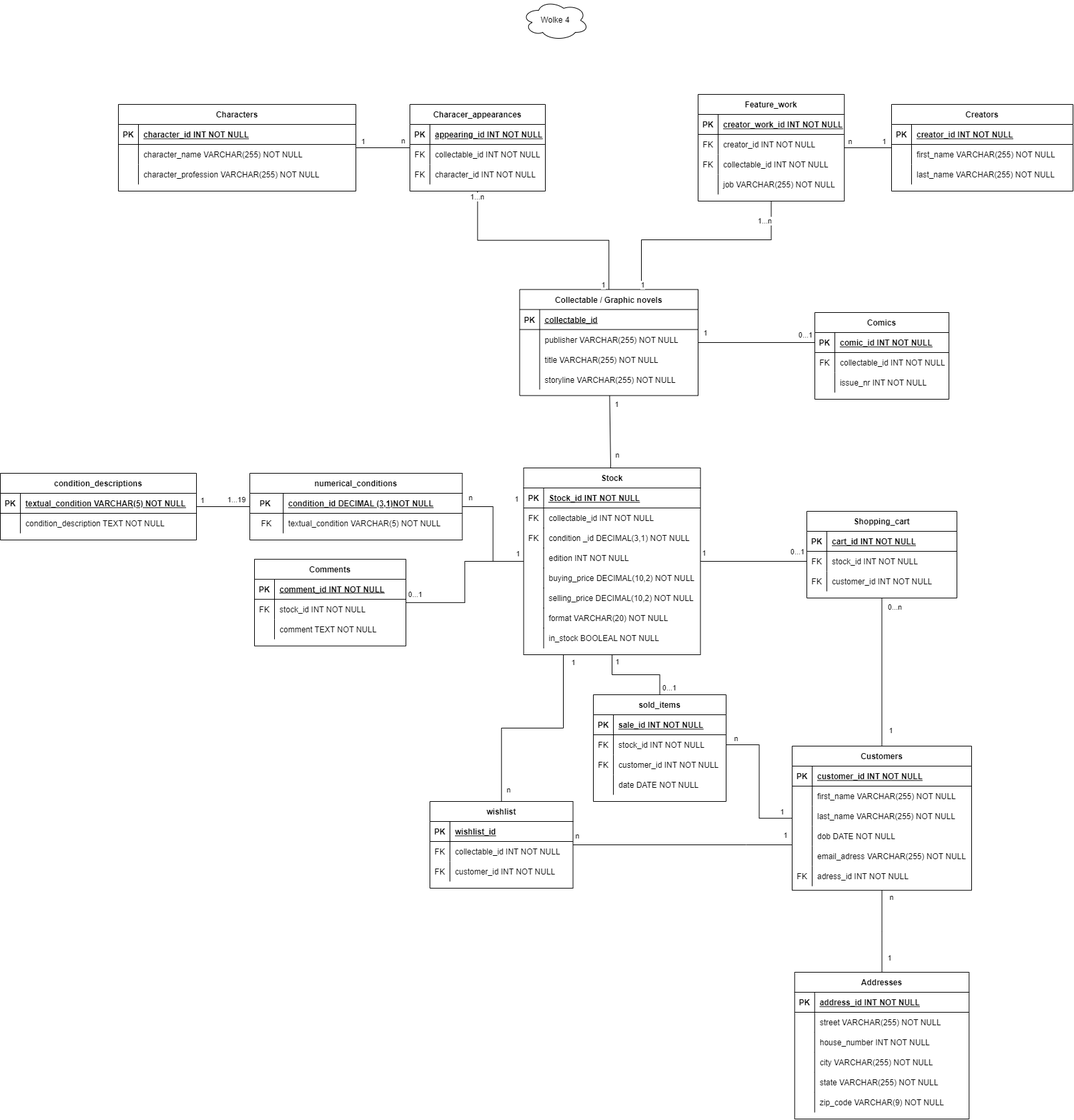
Before: ERMdrawio.drawio.png, a diagram exported from draw.io (FlorainK/SQL-endterm). Source tidied: cells renumbered, new cells last; positions are measured from the earlier drawing's top-left corner, leaving out a move shared by most shapes.
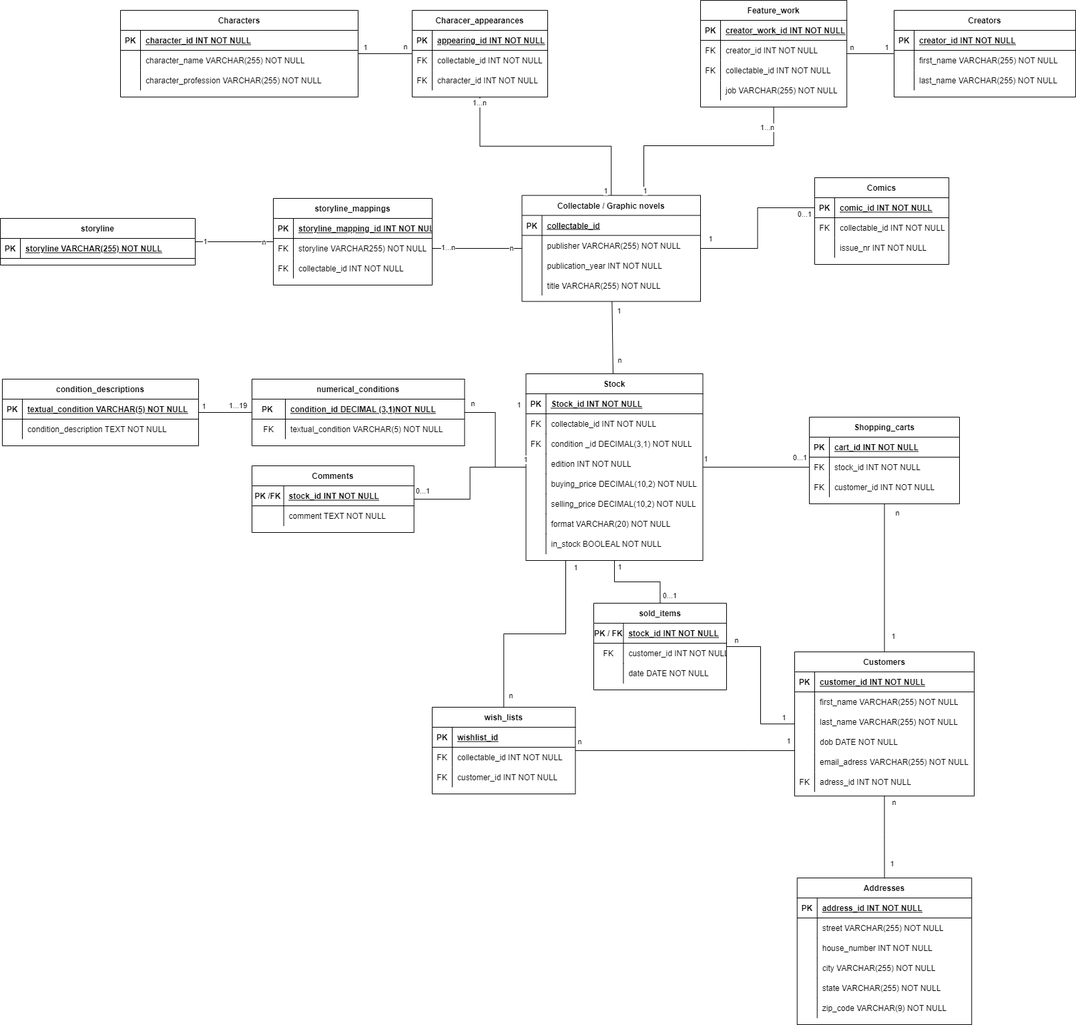
The same file after the commit.

Change to the diagram source:
```diff
@@ -2,9 +2,6 @@
   <root>
     <mxCell id="0" />
     <mxCell id="1" parent="0" />
-    <mxCell id="2" value="Wolke 4" style="ellipse;shape=cloud;whiteSpace=wrap;html=1;align=center;shadow=0;rounded=0;" parent="1" vertex="1">
-      <mxGeometry x="782" width="100" height="60" as="geometry" />
-    </mxCell>
     <mxCell id="3" style="edgeStyle=none;rounded=0;jettySize=auto;html=1;shadow=0;endArrow=none;endFill=0;" parent="1" edge="1" source="8" target="21">
       <mxGeometry relative="1" as="geometry" />
     </mxCell>
@@ -47,8 +44,17 @@
     <mxCell id="14" value="publisher VARCHAR(255) NOT NULL" style="shape=partialRectangle;fillColor=none;top=0;left=0;bottom=0;right=0;align=left;spacingLeft=6;overflow=hidden;shadow=0;rounded=0;" parent="12" vertex="1">
       <mxGeometry x="30" width="237.5" height="30" as="geometry" />
     </mxCell>
+    <mxCell id="232" style="shape=tableRow;horizontal=0;startSize=0;swimlaneHead=0;swimlaneBody=0;fillColor=none;top=0;left=0;right=0;bottom=0;shadow=0;rounded=0;" parent="8" vertex="1">
+      <mxGeometry y="90" width="267.5" height="30" as="geometry" />
+    </mxCell>
+    <mxCell id="19" style="shape=partialRectangle;fillColor=none;top=0;left=0;bottom=0;right=0;overflow=hidden;shadow=0;rounded=0;" parent="232" vertex="1">
+      <mxGeometry width="30" height="30" as="geometry" />
+    </mxCell>
+    <mxCell id="233" value="publication_year INT NOT NULL" style="shape=partialRectangle;fillColor=none;top=0;left=0;bottom=0;right=0;align=left;spacingLeft=6;overflow=hidden;shadow=0;rounded=0;" parent="232" vertex="1">
+      <mxGeometry x="30" width="237.5" height="30" as="geometry" />
+    </mxCell>
     <mxCell id="15" style="shape=tableRow;horizontal=0;startSize=0;swimlaneHead=0;swimlaneBody=0;fillColor=none;top=0;left=0;right=0;bottom=0;shadow=0;rounded=0;" parent="8" vertex="1">
-      <mxGeometry y="90" width="267.5" height="30" as="geometry" />
+      <mxGeometry y="120" width="267.5" height="30" as="geometry" />
     </mxCell>
     <mxCell id="16" style="shape=partialRectangle;fillColor=none;top=0;left=0;bottom=0;right=0;overflow=hidden;shadow=0;rounded=0;" parent="15" vertex="1">
       <mxGeometry width="30" height="30" as="geometry" />
@@ -56,15 +62,6 @@
     <mxCell id="17" value="title VARCHAR(255) NOT NULL" style="shape=partialRectangle;fillColor=none;top=0;left=0;bottom=0;right=0;align=left;spacingLeft=6;overflow=hidden;shadow=0;rounded=0;" parent="15" vertex="1">
       <mxGeometry x="30" width="237.5" height="30" as="geometry" />
     </mxCell>
-    <mxCell id="18" style="shape=tableRow;horizontal=0;startSize=0;swimlaneHead=0;swimlaneBody=0;fillColor=none;top=0;left=0;right=0;bottom=0;shadow=0;rounded=0;" parent="8" vertex="1">
-      <mxGeometry y="120" width="267.5" height="30" as="geometry" />
-    </mxCell>
-    <mxCell id="19" style="shape=partialRectangle;fillColor=none;top=0;left=0;bottom=0;right=0;overflow=hidden;shadow=0;rounded=0;" parent="18" vertex="1">
-      <mxGeometry width="30" height="30" as="geometry" />
-    </mxCell>
-    <mxCell id="20" value="storyline VARCHAR(255) NOT NULL" style="shape=partialRectangle;fillColor=none;top=0;left=0;bottom=0;right=0;align=left;spacingLeft=6;overflow=hidden;shadow=0;rounded=0;" parent="18" vertex="1">
-      <mxGeometry x="30" width="237.5" height="30" as="geometry" />
-    </mxCell>
     <mxCell id="21" value="Stock" style="shape=table;startSize=30;rowLines=0;fontStyle=1;align=center;shadow=0;rounded=0;" parent="1" vertex="1">
       <mxGeometry x="784.5" y="701" width="265" height="280" as="geometry" />
     </mxCell>
@@ -178,7 +175,7 @@
       <mxGeometry x="50" width="268.5" height="30" as="geometry" />
     </mxCell>
     <mxCell id="57" value="Comics" style="shape=table;startSize=30;rowLines=0;fontStyle=1;align=center;shadow=0;rounded=0;" parent="1" vertex="1">
-      <mxGeometry x="1221" y="468" width="201.1" height="130" as="geometry" />
+      <mxGeometry x="1217" y="407" width="201.1" height="130" as="geometry" />
     </mxCell>
     <mxCell id="58" style="shape=tableRow;horizontal=0;startSize=0;swimlaneHead=0;swimlaneBody=0;fillColor=none;points=[[0,0.5],[1,0.5]];portConstraint=eastwest;top=0;left=0;right=0;bottom=1;shadow=0;rounded=0;" parent="57" vertex="1">
       <mxGeometry y="30" width="201.1" height="30" as="geometry" />
@@ -386,12 +383,12 @@
     <mxCell id="120" value="1" style="edgeStyle=orthogonalEdgeStyle;rounded=0;jettySize=auto;html=1;shadow=0;endArrow=none;endFill=0;" parent="1" edge="1" source="122" target="134">
       <mxGeometry x="0.79" y="13" relative="1" as="geometry" />
     </mxCell>
-    <mxCell id="121" value="0...n" style="edgeLabel;html=1;align=center;verticalAlign=middle;shadow=0;" parent="120" vertex="1">
+    <mxCell id="121" value="n" style="edgeLabel;html=1;align=center;verticalAlign=middle;shadow=0;" parent="120" vertex="1">
       <mxGeometry x="-0.77" y="-3" relative="1" as="geometry">
         <mxPoint x="22" y="-12" as="offset" />
       </mxGeometry>
     </mxCell>
-    <mxCell id="122" value="Shopping_cart" style="shape=table;startSize=30;rowLines=0;fontStyle=1;align=center;shadow=0;" parent="1" vertex="1">
+    <mxCell id="122" value="Shopping_carts" style="shape=table;startSize=30;rowLines=0;fontStyle=1;align=center;shadow=0;" parent="1" vertex="1">
       <mxGeometry x="1209" y="766" width="225" height="130" as="geometry" />
     </mxCell>
     <mxCell id="123" style="shape=tableRow;horizontal=0;startSize=0;swimlaneHead=0;swimlaneBody=0;fillColor=none;top=0;left=0;right=0;bottom=1;shadow=0;" parent="122" vertex="1">
@@ -513,45 +510,36 @@
       </mxGeometry>
     </mxCell>
     <mxCell id="159" value="sold_items" style="shape=table;startSize=30;rowLines=0;fontStyle=1;align=center;shadow=0;" parent="1" vertex="1">
-      <mxGeometry x="889" y="1041" width="199" height="160" as="geometry" />
+      <mxGeometry x="886" y="1045" width="199" height="130" as="geometry" />
     </mxCell>
     <mxCell id="160" style="shape=tableRow;horizontal=0;startSize=0;swimlaneHead=0;swimlaneBody=0;fillColor=none;top=0;left=0;right=0;bottom=1;shadow=0;" parent="159" vertex="1">
       <mxGeometry y="30" width="199" height="30" as="geometry" />
     </mxCell>
-    <mxCell id="161" value="PK" style="shape=partialRectangle;fillColor=none;top=0;left=0;bottom=0;right=0;fontStyle=1;overflow=hidden;shadow=0;" parent="160" vertex="1">
-      <mxGeometry width="30" height="30" as="geometry" />
+    <mxCell id="161" value="PK / FK" style="shape=partialRectangle;fillColor=none;top=0;left=0;bottom=0;right=0;fontStyle=1;overflow=hidden;shadow=0;" parent="160" vertex="1">
+      <mxGeometry width="44.5" height="30" as="geometry" />
     </mxCell>
-    <mxCell id="162" value="sale_id INT NOT NULL" style="shape=partialRectangle;fillColor=none;top=0;left=0;bottom=0;right=0;align=left;spacingLeft=6;fontStyle=5;overflow=hidden;shadow=0;" parent="160" vertex="1">
-      <mxGeometry x="30" width="169" height="30" as="geometry" />
+    <mxCell id="162" value="stock_id INT NOT NULL" style="shape=partialRectangle;fillColor=none;top=0;left=0;bottom=0;right=0;align=left;spacingLeft=6;fontStyle=5;overflow=hidden;shadow=0;" parent="160" vertex="1">
+      <mxGeometry x="44.5" width="154.5" height="30" as="geometry" />
     </mxCell>
-    <mxCell id="163" style="shape=tableRow;horizontal=0;startSize=0;swimlaneHead=0;swimlaneBody=0;fillColor=none;points=[[0,0.5],[1,0.5]];portConstraint=eastwest;top=0;left=0;right=0;bottom=0;shadow=0;" parent="159" vertex="1">
-      <mxGeometry y="60" width="199" height="30" as="geometry" />
-    </mxCell>
-    <mxCell id="164" value="FK" style="shape=partialRectangle;fillColor=none;top=0;left=0;bottom=0;right=0;overflow=hidden;shadow=0;" parent="163" vertex="1">
-      <mxGeometry width="30" height="30" as="geometry" />
-    </mxCell>
-    <mxCell id="165" value="stock_id INT NOT NULL" style="shape=partialRectangle;fillColor=none;top=0;left=0;bottom=0;right=0;align=left;spacingLeft=6;overflow=hidden;shadow=0;" parent="163" vertex="1">
-      <mxGeometry x="30" width="169" height="30" as="geometry" />
-    </mxCell>
     <mxCell id="166" style="shape=tableRow;horizontal=0;startSize=0;swimlaneHead=0;swimlaneBody=0;fillColor=none;top=0;left=0;right=0;bottom=0;shadow=0;" parent="159" vertex="1">
-      <mxGeometry y="90" width="199" height="30" as="geometry" />
+      <mxGeometry y="60" width="199" height="30" as="geometry" />
     </mxCell>
     <mxCell id="167" value="FK" style="shape=partialRectangle;fillColor=none;top=0;left=0;bottom=0;right=0;overflow=hidden;shadow=0;" parent="166" vertex="1">
-      <mxGeometry width="30" height="30" as="geometry" />
+      <mxGeometry width="44.5" height="30" as="geometry" />
     </mxCell>
     <mxCell id="168" value="customer_id INT NOT NULL" style="shape=partialRectangle;fillColor=none;top=0;left=0;bottom=0;right=0;align=left;spacingLeft=6;overflow=hidden;shadow=0;" parent="166" vertex="1">
-      <mxGeometry x="30" width="169" height="30" as="geometry" />
+      <mxGeometry x="44.5" width="154.5" height="30" as="geometry" />
     </mxCell>
     <mxCell id="169" style="shape=tableRow;horizontal=0;startSize=0;swimlaneHead=0;swimlaneBody=0;fillColor=none;top=0;left=0;right=0;bottom=0;shadow=0;" parent="159" vertex="1">
-      <mxGeometry y="120" width="199" height="30" as="geometry" />
+      <mxGeometry y="90" width="199" height="30" as="geometry" />
     </mxCell>
     <mxCell id="170" style="shape=partialRectangle;fillColor=none;top=0;left=0;bottom=0;right=0;overflow=hidden;shadow=0;" parent="169" vertex="1">
-      <mxGeometry width="30" height="30" as="geometry" />
+      <mxGeometry width="44.5" height="30" as="geometry" />
     </mxCell>
     <mxCell id="171" value="date DATE NOT NULL" style="shape=partialRectangle;fillColor=none;top=0;left=0;bottom=0;right=0;align=left;spacingLeft=6;overflow=hidden;shadow=0;" parent="169" vertex="1">
-      <mxGeometry x="30" width="169" height="30" as="geometry" />
+      <mxGeometry x="44.5" width="154.5" height="30" as="geometry" />
     </mxCell>
-    <mxCell id="172" style="edgeStyle=orthogonalEdgeStyle;rounded=0;jettySize=auto;html=1;shadow=0;endArrow=none;endFill=0;" parent="1" edge="1" source="163" target="134">
+    <mxCell id="172" style="edgeStyle=orthogonalEdgeStyle;rounded=0;jettySize=auto;html=1;shadow=0;endArrow=none;endFill=0;" parent="1" edge="1" source="159" target="134">
       <mxGeometry relative="1" as="geometry" />
     </mxCell>
     <mxCell id="173" value="n" style="edgeLabel;html=1;align=center;verticalAlign=middle;shadow=0;" parent="172" vertex="1">
@@ -622,7 +610,7 @@
       <mxGeometry x="30" width="231.5" height="30" as="geometry" />
     </mxCell>
     <mxCell id="194" value="0...1" style="edgeLabel;html=1;align=center;verticalAlign=middle;" parent="1" vertex="1">
-      <mxGeometry x="1066" y="512.5" as="geometry">
+      <mxGeometry x="1061" y="472" as="geometry">
         <mxPoint x="140" y="-11" as="offset" />
       </mxGeometry>
     </mxCell>
@@ -688,7 +676,7 @@
         <mxPoint x="18" y="-3" as="offset" />
       </mxGeometry>
     </mxCell>
-    <mxCell id="209" value="wishlist" style="shape=table;startSize=30;rowLines=0;fontStyle=1;align=center;" parent="1" vertex="1">
+    <mxCell id="209" value="wish_lists" style="shape=table;startSize=30;rowLines=0;fontStyle=1;align=center;" parent="1" vertex="1">
       <mxGeometry x="644" y="1201" width="214.5" height="130" as="geometry" />
     </mxCell>
     <mxCell id="210" style="shape=tableRow;horizontal=0;startSize=0;swimlaneHead=0;swimlaneBody=0;fillColor=none;top=0;left=0;right=0;bottom=1;" parent="209" vertex="1">
@@ -732,34 +720,85 @@
       </mxGeometry>
     </mxCell>
     <mxCell id="222" value="Comments" style="shape=table;startSize=30;rowLines=0;fontStyle=1;align=center;" parent="1" vertex="1">
-      <mxGeometry x="381" y="837.9" width="227" height="130" as="geometry" />
+      <mxGeometry x="374" y="839" width="242.7" height="100" as="geometry" />
     </mxCell>
     <mxCell id="223" style="shape=tableRow;horizontal=0;startSize=0;swimlaneHead=0;swimlaneBody=0;fillColor=none;top=0;left=0;right=0;bottom=1;" parent="222" vertex="1">
-      <mxGeometry y="30" width="227" height="30" as="geometry" />
+      <mxGeometry y="30" width="242.7" height="30" as="geometry" />
     </mxCell>
-    <mxCell id="224" value="PK" style="shape=partialRectangle;fillColor=none;top=0;left=0;bottom=0;right=0;fontStyle=1;overflow=hidden;" parent="223" vertex="1">
-      <mxGeometry width="30" height="30" as="geometry" />
+    <mxCell id="224" value="PK /FK" style="shape=partialRectangle;fillColor=none;top=0;left=0;bottom=0;right=0;fontStyle=1;overflow=hidden;" parent="223" vertex="1">
+      <mxGeometry width="47.6" height="30" as="geometry" />
     </mxCell>
-    <mxCell id="225" value="comment_id INT NOT NULL" style="shape=partialRectangle;fillColor=none;top=0;left=0;bottom=0;right=0;align=left;spacingLeft=6;fontStyle=5;overflow=hidden;" parent="223" vertex="1">
-      <mxGeometry x="30" width="197" height="30" as="geometry" />
+    <mxCell id="225" value="stock_id INT NOT NULL" style="shape=partialRectangle;fillColor=none;top=0;left=0;bottom=0;right=0;align=left;spacingLeft=6;fontStyle=5;overflow=hidden;" parent="223" vertex="1">
+      <mxGeometry x="47.6" width="195.1" height="30" as="geometry" />
     </mxCell>
-    <mxCell id="226" style="shape=tableRow;horizontal=0;startSize=0;swimlaneHead=0;swimlaneBody=0;fillColor=none;top=0;left=0;right=0;bottom=0;" parent="222" vertex="1">
-      <mxGeometry y="60" width="227" height="30" as="geometry" />
-    </mxCell>
-    <mxCell id="227" value="FK" style="shape=partialRectangle;fillColor=none;top=0;left=0;bottom=0;right=0;overflow=hidden;" parent="226" vertex="1">
-      <mxGeometry width="30" height="30" as="geometry" />
-    </mxCell>
-    <mxCell id="228" value="stock_id INT NOT NULL" style="shape=partialRectangle;fillColor=none;top=0;left=0;bottom=0;right=0;align=left;spacingLeft=6;overflow=hidden;" parent="226" vertex="1">
-      <mxGeometry x="30" width="197" height="30" as="geometry" />
-    </mxCell>
     <mxCell id="229" style="shape=tableRow;horizontal=0;startSize=0;swimlaneHead=0;swimlaneBody=0;fillColor=none;top=0;left=0;right=0;bottom=0;" parent="222" vertex="1">
-      <mxGeometry y="90" width="227" height="30" as="geometry" />
+      <mxGeometry y="60" width="242.7" height="30" as="geometry" />
     </mxCell>
     <mxCell id="230" style="shape=partialRectangle;fillColor=none;top=0;left=0;bottom=0;right=0;overflow=hidden;" parent="229" vertex="1">
-      <mxGeometry width="30" height="30" as="geometry" />
+      <mxGeometry width="47.6" height="30" as="geometry" />
     </mxCell>
     <mxCell id="231" value="comment TEXT NOT NULL" style="shape=partialRectangle;fillColor=none;top=0;left=0;bottom=0;right=0;align=left;spacingLeft=6;overflow=hidden;" parent="229" vertex="1">
-      <mxGeometry x="30" width="197" height="30" as="geometry" />
+      <mxGeometry x="47.6" width="195.1" height="30" as="geometry" />
     </mxCell>
+    <mxCell id="234" style="edgeStyle=orthogonalEdgeStyle;rounded=0;jettySize=auto;html=1;endArrow=none;endFill=0;" parent="1" edge="1" source="237" target="240">
+      <mxGeometry relative="1" as="geometry" />
+    </mxCell>
+    <mxCell id="235" value="1" style="edgeLabel;html=1;align=center;verticalAlign=middle;" parent="234" vertex="1">
+      <mxGeometry x="-0.76" y="1" relative="1" as="geometry" />
+    </mxCell>
+    <mxCell id="236" value="n" style="edgeLabel;html=1;align=center;verticalAlign=middle;" parent="234" vertex="1">
+      <mxGeometry x="0.74" relative="1" as="geometry" />
+    </mxCell>
+    <mxCell id="237" value="storyline" style="shape=table;startSize=30;rowLines=0;fontStyle=1;align=center;" parent="1" vertex="1">
+      <mxGeometry x="-3" y="468" width="292" height="70" as="geometry" />
+    </mxCell>
+    <mxCell id="238" style="shape=tableRow;horizontal=0;startSize=0;swimlaneHead=0;swimlaneBody=0;fillColor=none;top=0;left=0;right=0;bottom=1;" parent="237" vertex="1">
+      <mxGeometry y="30" width="292" height="30" as="geometry" />
+    </mxCell>
+    <mxCell id="239" value="PK" style="shape=partialRectangle;fillColor=none;top=0;left=0;bottom=0;right=0;fontStyle=1;overflow=hidden;" parent="238" vertex="1">
+      <mxGeometry width="30" height="30" as="geometry" />
+    </mxCell>
+    <mxCell id="20" value="storyline VARCHAR(255) NOT NULL" style="shape=partialRectangle;fillColor=none;top=0;left=0;bottom=0;right=0;align=left;spacingLeft=6;fontStyle=5;overflow=hidden;" parent="238" vertex="1">
+      <mxGeometry x="30" width="262" height="30" as="geometry" />
+    </mxCell>
+    <mxCell id="240" value="storyline_mappings" style="shape=table;startSize=30;rowLines=0;fontStyle=1;align=center;" parent="1" vertex="1">
+      <mxGeometry x="406" y="438" width="238" height="130" as="geometry" />
+    </mxCell>
+    <mxCell id="241" style="shape=tableRow;horizontal=0;startSize=0;swimlaneHead=0;swimlaneBody=0;fillColor=none;top=0;left=0;right=0;bottom=1;" parent="240" vertex="1">
+      <mxGeometry y="30" width="238" height="30" as="geometry" />
+    </mxCell>
+    <mxCell id="242" value="PK" style="shape=partialRectangle;fillColor=none;top=0;left=0;bottom=0;right=0;fontStyle=1;overflow=hidden;" parent="241" vertex="1">
+      <mxGeometry width="30" height="30" as="geometry" />
+    </mxCell>
+    <mxCell id="243" value="storyline_mapping_id INT NOT NULL" style="shape=partialRectangle;fillColor=none;top=0;left=0;bottom=0;right=0;align=left;spacingLeft=6;fontStyle=5;overflow=hidden;" parent="241" vertex="1">
+      <mxGeometry x="30" width="208" height="30" as="geometry" />
+    </mxCell>
+    <mxCell id="244" style="shape=tableRow;horizontal=0;startSize=0;swimlaneHead=0;swimlaneBody=0;fillColor=none;points=[[0,0.5],[1,0.5]];portConstraint=eastwest;top=0;left=0;right=0;bottom=0;" parent="240" vertex="1">
+      <mxGeometry y="60" width="238" height="30" as="geometry" />
+    </mxCell>
+    <mxCell id="245" value="FK" style="shape=partialRectangle;fillColor=none;top=0;left=0;bottom=0;right=0;overflow=hidden;" parent="244" vertex="1">
+      <mxGeometry width="30" height="30" as="geometry" />
+    </mxCell>
+    <mxCell id="246" value="storyline VARCHAR255) NOT NULL" style="shape=partialRectangle;fillColor=none;top=0;left=0;bottom=0;right=0;align=left;spacingLeft=6;overflow=hidden;" parent="244" vertex="1">
+      <mxGeometry x="30" width="208" height="30" as="geometry" />
+    </mxCell>
+    <mxCell id="247" style="shape=tableRow;horizontal=0;startSize=0;swimlaneHead=0;swimlaneBody=0;fillColor=none;top=0;left=0;right=0;bottom=0;" parent="240" vertex="1">
+      <mxGeometry y="90" width="238" height="30" as="geometry" />
+    </mxCell>
+    <mxCell id="248" value="FK" style="shape=partialRectangle;fillColor=none;top=0;left=0;bottom=0;right=0;overflow=hidden;" parent="247" vertex="1">
+      <mxGeometry width="30" height="30" as="geometry" />
+    </mxCell>
+    <mxCell id="249" value="collectable_id INT NOT NULL" style="shape=partialRectangle;fillColor=none;top=0;left=0;bottom=0;right=0;align=left;spacingLeft=6;overflow=hidden;" parent="247" vertex="1">
+      <mxGeometry x="30" width="208" height="30" as="geometry" />
+    </mxCell>
+    <mxCell id="250" style="edgeStyle=orthogonalEdgeStyle;rounded=0;jettySize=auto;html=1;endArrow=none;endFill=0;" parent="1" edge="1" source="244" target="8">
+      <mxGeometry relative="1" as="geometry" />
+    </mxCell>
+    <mxCell id="251" value="1...n" style="edgeLabel;html=1;align=center;verticalAlign=middle;" parent="250" vertex="1">
+      <mxGeometry x="-0.66" y="2" relative="1" as="geometry" />
+    </mxCell>
+    <mxCell id="252" value="n" style="edgeLabel;html=1;align=center;verticalAlign=middle;" parent="250" vertex="1">
+      <mxGeometry x="0.77" y="1" relative="1" as="geometry" />
+    </mxCell>
   </root>
 </mxGraphModel>
```
